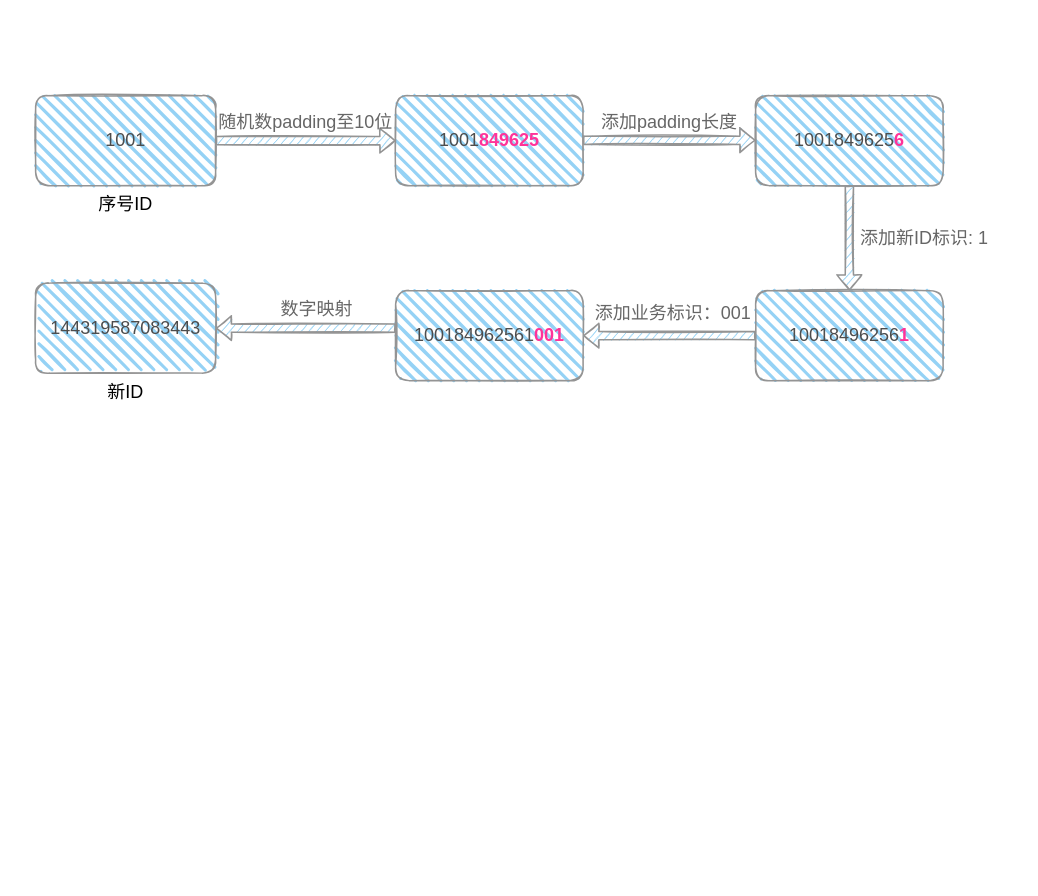
dimdark/my-drawio keeps this draw.io diagram as pictures/生成新ID.drawio. Above is the earlier version. Source tidied: cells renumbered, new cells numbered last; positions are measured from the earlier drawing's top-left corner, leaving out a move shared by most shapes. Both pictures are drawn from the tidied source at 75%, with x=0, y=0 at pixel (35, 95).
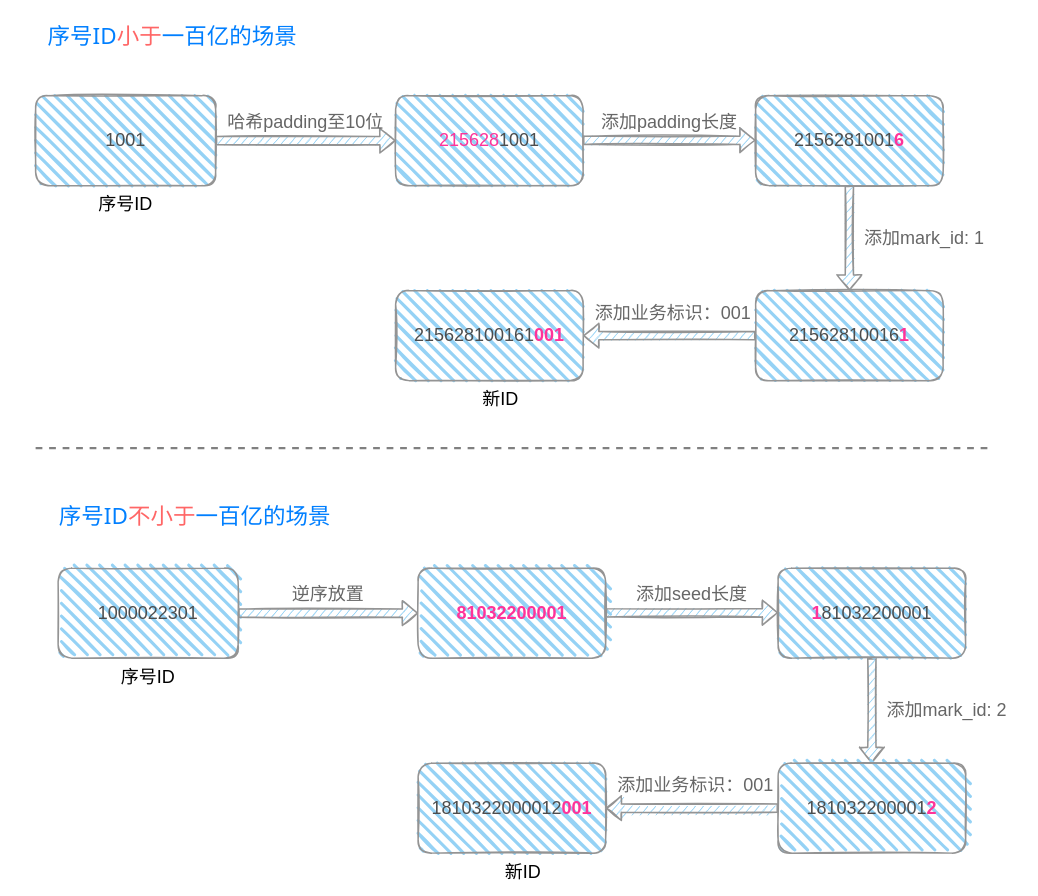
The same diagram, later.

Commit message:
更新生成新ID.drawio

What changed in the source:
```diff
@@
-    <mxCell id="3" value="&lt;font color=&quot;#4d4d4d&quot;&gt;1001&lt;/font&gt;&lt;font color=&quot;#ff3399&quot;&gt;&lt;b&gt;849625&lt;/b&gt;&lt;/font&gt;" style="whiteSpace=wrap;html=1;fontSize=24;fillColor=#95D2F5;strokeColor=#949494;rounded=1;strokeWidth=2;fillWeight=4;hachureGap=12;hachureAngle=45;sketch=1;" parent="1" vertex="1">
+    <mxCell id="3" value="&lt;font color=&quot;#ff3399&quot;&gt;215628&lt;/font&gt;&lt;font color=&quot;#4d4d4d&quot;&gt;1001&lt;/font&gt;" style="whiteSpace=wrap;html=1;fontSize=24;fillColor=#95D2F5;strokeColor=#949494;rounded=1;strokeWidth=2;fillWeight=4;hachureGap=12;hachureAngle=45;sketch=1;" parent="1" vertex="1">
       <mxGeometry x="480" width="250" height="120" as="geometry" />
     </mxCell>
@@
-    <mxCell id="6" value="&lt;font color=&quot;#4d4d4d&quot;&gt;1001849625&lt;/font&gt;&lt;font color=&quot;#ff3399&quot;&gt;&lt;b&gt;6&lt;/b&gt;&lt;/font&gt;" style="whiteSpace=wrap;html=1;fontSize=24;fillColor=#95D2F5;strokeColor=#949494;rounded=1;strokeWidth=2;fillWeight=4;hachureGap=12;hachureAngle=45;sketch=1;" parent="1" vertex="1">
+    <mxCell id="6" value="&lt;font color=&quot;#4d4d4d&quot;&gt;2156281001&lt;/font&gt;&lt;font color=&quot;#ff3399&quot;&gt;&lt;b&gt;6&lt;/b&gt;&lt;/font&gt;" style="whiteSpace=wrap;html=1;fontSize=24;fillColor=#95D2F5;strokeColor=#949494;rounded=1;strokeWidth=2;fillWeight=4;hachureGap=12;hachureAngle=45;sketch=1;" parent="1" vertex="1">
       <mxGeometry x="960" width="250" height="120" as="geometry" />
     </mxCell>
@@
-    <mxCell id="8" value="&lt;font color=&quot;#4d4d4d&quot;&gt;100184962561&lt;/font&gt;&lt;font color=&quot;#ff3399&quot;&gt;&lt;b&gt;001&lt;/b&gt;&lt;/font&gt;" style="whiteSpace=wrap;html=1;fontSize=24;fillColor=#95D2F5;strokeColor=#949494;rounded=1;strokeWidth=2;fillWeight=4;hachureGap=12;hachureAngle=45;sketch=1;" parent="1" vertex="1">
+    <mxCell id="8" value="&lt;span style=&quot;color: rgb(77, 77, 77);&quot;&gt;21562810016&lt;/span&gt;&lt;font color=&quot;#4d4d4d&quot;&gt;1&lt;/font&gt;&lt;font color=&quot;#ff3399&quot;&gt;&lt;b&gt;001&lt;/b&gt;&lt;/font&gt;" style="whiteSpace=wrap;html=1;fontSize=24;fillColor=#95D2F5;strokeColor=#949494;rounded=1;strokeWidth=2;fillWeight=4;hachureGap=12;hachureAngle=45;sketch=1;" parent="1" vertex="1">
       <mxGeometry x="480" y="260" width="250" height="120" as="geometry" />
     </mxCell>
-    <mxCell id="9" value="&lt;font color=&quot;#4d4d4d&quot;&gt;144319587083443&lt;/font&gt;" style="whiteSpace=wrap;html=1;fontSize=24;fillColor=#95D2F5;strokeColor=#949494;rounded=1;strokeWidth=2;fillWeight=4;hachureGap=12;hachureAngle=45;sketch=1;" parent="1" vertex="1">
-      <mxGeometry y="250" width="240" height="120" as="geometry" />
-    </mxCell>
-    <mxCell id="10" style="edgeStyle=segmentEdgeStyle;endArrow=none;html=1;rounded=0;shadow=0;sketch=1;strokeColor=#949494;strokeWidth=2;fontSize=24;shape=flexArrow;startArrow=block;endFill=0;exitX=1;exitY=0.5;exitDx=0;exitDy=0;fillColor=#95D2F5;" parent="1" edge="1" source="9" target="8">
-      <mxGeometry relative="1" as="geometry" />
-    </mxCell>
@@
-    <mxCell id="12" value="随机数padding至10位" style="text;html=1;strokeColor=none;fillColor=none;align=center;verticalAlign=middle;whiteSpace=wrap;rounded=0;hachureGap=12;fontSize=24;fontColor=#666666;" parent="1" vertex="1">
+    <mxCell id="12" value="哈希padding至10位" style="text;html=1;strokeColor=none;fillColor=none;align=center;verticalAlign=middle;whiteSpace=wrap;rounded=0;hachureGap=12;fontSize=24;fontColor=#666666;" parent="1" vertex="1">
       <mxGeometry x="240" y="25" width="240" height="20" as="geometry" />
     </mxCell>
@@
-    <mxCell id="14" value="添加新ID标识: 1" style="text;html=1;strokeColor=none;fillColor=none;align=center;verticalAlign=middle;whiteSpace=wrap;rounded=0;hachureGap=12;fontSize=24;fontColor=#666666;" parent="1" vertex="1">
+    <mxCell id="14" value="添加mark_id: 1" style="text;html=1;strokeColor=none;fillColor=none;align=center;verticalAlign=middle;whiteSpace=wrap;rounded=0;hachureGap=12;fontSize=24;fontColor=#666666;" parent="1" vertex="1">
       <mxGeometry x="1080" y="180" width="210" height="20" as="geometry" />
     </mxCell>
-    <mxCell id="15" value="&lt;font color=&quot;#4d4d4d&quot;&gt;10018496256&lt;/font&gt;&lt;font color=&quot;#ff3399&quot;&gt;&lt;b&gt;1&lt;/b&gt;&lt;/font&gt;" style="whiteSpace=wrap;html=1;fontSize=24;fillColor=#95D2F5;strokeColor=#949494;rounded=1;strokeWidth=2;fillWeight=4;hachureGap=12;hachureAngle=45;sketch=1;" parent="1" vertex="1">
+    <mxCell id="15" value="&lt;span style=&quot;color: rgb(77, 77, 77);&quot;&gt;2156281001&lt;/span&gt;&lt;font color=&quot;#4d4d4d&quot;&gt;6&lt;/font&gt;&lt;font color=&quot;#ff3399&quot;&gt;&lt;b&gt;1&lt;/b&gt;&lt;/font&gt;" style="whiteSpace=wrap;html=1;fontSize=24;fillColor=#95D2F5;strokeColor=#949494;rounded=1;strokeWidth=2;fillWeight=4;hachureGap=12;hachureAngle=45;sketch=1;" parent="1" vertex="1">
       <mxGeometry x="960" y="260" width="250" height="120" as="geometry" />
     </mxCell>
@@
-    <mxCell id="18" value="数字映射" style="text;html=1;strokeColor=none;fillColor=none;align=center;verticalAlign=middle;whiteSpace=wrap;rounded=0;hachureGap=12;fontSize=24;fontColor=#666666;" parent="1" vertex="1">
-      <mxGeometry x="270" y="275" width="210" height="20" as="geometry" />
-    </mxCell>
     <mxCell id="19" value="新ID" style="text;html=1;strokeColor=none;fillColor=none;align=center;verticalAlign=middle;whiteSpace=wrap;rounded=0;hachureGap=12;fontSize=24;" parent="1" vertex="1">
-      <mxGeometry x="80" y="380" width="80" height="30" as="geometry" />
+      <mxGeometry x="580" y="390" width="80" height="30" as="geometry" />
     </mxCell>
+    <mxCell id="20" value="&lt;font style=&quot;font-size: 30px;&quot;&gt;序号ID&lt;/font&gt;&lt;font color=&quot;#ff6666&quot; style=&quot;font-size: 30px;&quot;&gt;小于&lt;/font&gt;一百亿的场景" style="text;html=1;strokeColor=none;fillColor=none;align=center;verticalAlign=middle;whiteSpace=wrap;rounded=0;shadow=0;glass=0;sketch=0;fillWeight=10;hachureGap=12;jiggle=2;strokeWidth=2;fontFamily=Tahoma;fontSize=30;fontColor=#007FFF;fontStyle=0;" parent="1" vertex="1">
+      <mxGeometry x="-30" y="-110" width="425" height="60" as="geometry" />
+    </mxCell>
+    <mxCell id="21" value="&lt;font color=&quot;#4d4d4d&quot;&gt;1000022301&lt;/font&gt;" style="rounded=1;whiteSpace=wrap;html=1;strokeWidth=2;fillWeight=4;hachureGap=12;hachureAngle=45;fillColor=#95D2F5;sketch=1;fontSize=24;strokeColor=#949494;" parent="1" vertex="1">
+      <mxGeometry x="30" y="630" width="240" height="120" as="geometry" />
+    </mxCell>
+    <mxCell id="22" value="&lt;font color=&quot;#ff3399&quot;&gt;&lt;b&gt;81032200001&lt;/b&gt;&lt;/font&gt;" style="whiteSpace=wrap;html=1;fontSize=24;fillColor=#95D2F5;strokeColor=#949494;rounded=1;strokeWidth=2;fillWeight=4;hachureGap=12;hachureAngle=45;sketch=1;" parent="1" vertex="1">
+      <mxGeometry x="510" y="630" width="250" height="120" as="geometry" />
+    </mxCell>
+    <mxCell id="23" style="edgeStyle=segmentEdgeStyle;endArrow=classic;html=1;rounded=0;shadow=0;sketch=1;strokeWidth=2;fontSize=24;entryX=0;entryY=0.5;entryDx=0;entryDy=0;shape=flexArrow;exitX=1;exitY=0.5;exitDx=0;exitDy=0;fillColor=#95D2F5;strokeColor=#949494;sketchStyle=rough;" parent="1" edge="1" source="21" target="22">
+      <mxGeometry relative="1" as="geometry" />
+    </mxCell>
+    <mxCell id="24" style="edgeStyle=orthogonalEdgeStyle;shape=flexArrow;rounded=0;sketch=1;jettySize=auto;html=1;shadow=0;strokeColor=#949494;strokeWidth=2;fontSize=24;fontColor=#000000;startArrow=none;endArrow=block;endFill=0;fillColor=#95D2F5;entryX=0.5;entryY=0;entryDx=0;entryDy=0;startFill=0;" parent="1" edge="1" source="25" target="32">
+      <mxGeometry relative="1" as="geometry" />
+    </mxCell>
+    <mxCell id="25" value="&lt;font color=&quot;#ff3399&quot;&gt;&lt;b&gt;1&lt;/b&gt;&lt;/font&gt;&lt;font color=&quot;#4d4d4d&quot;&gt;81032200001&lt;/font&gt;" style="whiteSpace=wrap;html=1;fontSize=24;fillColor=#95D2F5;strokeColor=#949494;rounded=1;strokeWidth=2;fillWeight=4;hachureGap=12;hachureAngle=45;sketch=1;" parent="1" vertex="1">
+      <mxGeometry x="990" y="630" width="250" height="120" as="geometry" />
+    </mxCell>
+    <mxCell id="26" style="edgeStyle=segmentEdgeStyle;endArrow=classic;html=1;rounded=0;shadow=0;sketch=1;strokeColor=#949494;strokeWidth=2;fontSize=24;entryX=0;entryY=0.5;entryDx=0;entryDy=0;shape=flexArrow;fillColor=#95D2F5;" parent="1" edge="1" target="25">
+      <mxGeometry relative="1" as="geometry">
+        <mxPoint x="760" y="689.5" as="sourcePoint" />
+      </mxGeometry>
+    </mxCell>
+    <mxCell id="27" value="&lt;font color=&quot;#4d4d4d&quot;&gt;1810322000012&lt;/font&gt;&lt;font color=&quot;#ff3399&quot;&gt;&lt;b&gt;001&lt;/b&gt;&lt;/font&gt;" style="whiteSpace=wrap;html=1;fontSize=24;fillColor=#95D2F5;strokeColor=#949494;rounded=1;strokeWidth=2;fillWeight=4;hachureGap=12;hachureAngle=45;sketch=1;" parent="1" vertex="1">
+      <mxGeometry x="510" y="890" width="250" height="120" as="geometry" />
+    </mxCell>
+    <mxCell id="28" value="序号ID" style="text;html=1;strokeColor=none;fillColor=none;align=center;verticalAlign=middle;whiteSpace=wrap;rounded=0;hachureGap=12;fontSize=24;" parent="1" vertex="1">
+      <mxGeometry x="90" y="760" width="120" height="30" as="geometry" />
+    </mxCell>
+    <mxCell id="29" value="逆序放置" style="text;html=1;strokeColor=none;fillColor=none;align=center;verticalAlign=middle;whiteSpace=wrap;rounded=0;hachureGap=12;fontSize=24;fontColor=#666666;" parent="1" vertex="1">
+      <mxGeometry x="270" y="655" width="240" height="20" as="geometry" />
+    </mxCell>
+    <mxCell id="30" value="添加seed长度" style="text;html=1;strokeColor=none;fillColor=none;align=center;verticalAlign=middle;whiteSpace=wrap;rounded=0;hachureGap=12;fontSize=24;fontColor=#666666;" parent="1" vertex="1">
+      <mxGeometry x="770" y="655" width="210" height="20" as="geometry" />
+    </mxCell>
+    <mxCell id="31" value="添加mark_id: 2" style="text;html=1;strokeColor=none;fillColor=none;align=center;verticalAlign=middle;whiteSpace=wrap;rounded=0;hachureGap=12;fontSize=24;fontColor=#666666;" parent="1" vertex="1">
+      <mxGeometry x="1110" y="810" width="210" height="20" as="geometry" />
+    </mxCell>
+    <mxCell id="32" value="&lt;font color=&quot;#4d4d4d&quot;&gt;181032200001&lt;/font&gt;&lt;font color=&quot;#ff3399&quot;&gt;&lt;b&gt;2&lt;/b&gt;&lt;/font&gt;" style="whiteSpace=wrap;html=1;fontSize=24;fillColor=#95D2F5;strokeColor=#949494;rounded=1;strokeWidth=2;fillWeight=4;hachureGap=12;hachureAngle=45;sketch=1;" parent="1" vertex="1">
+      <mxGeometry x="990" y="890" width="250" height="120" as="geometry" />
+    </mxCell>
+    <mxCell id="33" style="edgeStyle=segmentEdgeStyle;endArrow=none;html=1;rounded=0;shadow=0;sketch=1;strokeColor=#949494;strokeWidth=2;fontSize=24;shape=flexArrow;startArrow=block;endFill=0;entryX=0;entryY=0.5;entryDx=0;entryDy=0;fillColor=#95D2F5;" parent="1" edge="1" source="27" target="32">
+      <mxGeometry relative="1" as="geometry" />
+    </mxCell>
+    <mxCell id="34" value="添加业务标识：001" style="text;html=1;strokeColor=none;fillColor=none;align=center;verticalAlign=middle;whiteSpace=wrap;rounded=0;hachureGap=12;fontSize=24;fontColor=#666666;" parent="1" vertex="1">
+      <mxGeometry x="770" y="905" width="220" height="30" as="geometry" />
+    </mxCell>
+    <mxCell id="35" value="新ID" style="text;html=1;strokeColor=none;fillColor=none;align=center;verticalAlign=middle;whiteSpace=wrap;rounded=0;hachureGap=12;fontSize=24;" parent="1" vertex="1">
+      <mxGeometry x="610" y="1020" width="80" height="30" as="geometry" />
+    </mxCell>
+    <mxCell id="36" value="&lt;font style=&quot;font-size: 30px;&quot;&gt;序号ID&lt;/font&gt;&lt;font color=&quot;#ff6666&quot; style=&quot;font-size: 30px;&quot;&gt;不小于&lt;/font&gt;一百亿的场景" style="text;html=1;strokeColor=none;fillColor=none;align=center;verticalAlign=middle;whiteSpace=wrap;rounded=0;shadow=0;glass=0;sketch=0;fillWeight=10;hachureGap=12;jiggle=2;strokeWidth=2;fontFamily=Tahoma;fontSize=30;fontColor=#007FFF;fontStyle=0;" parent="1" vertex="1">
+      <mxGeometry y="530" width="425" height="60" as="geometry" />
+    </mxCell>
+    <mxCell id="37" style="endArrow=none;html=1;rounded=0;fontFamily=Helvetica;fontSize=30;fontColor=#007FFF;strokeWidth=3;strokeColor=#808080;sketch=0;shadow=0;dashed=1;edgeStyle=orthogonalEdgeStyle;" parent="1" edge="1">
+      <mxGeometry relative="1" as="geometry">
+        <mxPoint y="470" as="sourcePoint" />
+        <mxPoint x="1270" y="470" as="targetPoint" />
+      </mxGeometry>
+    </mxCell>
```
